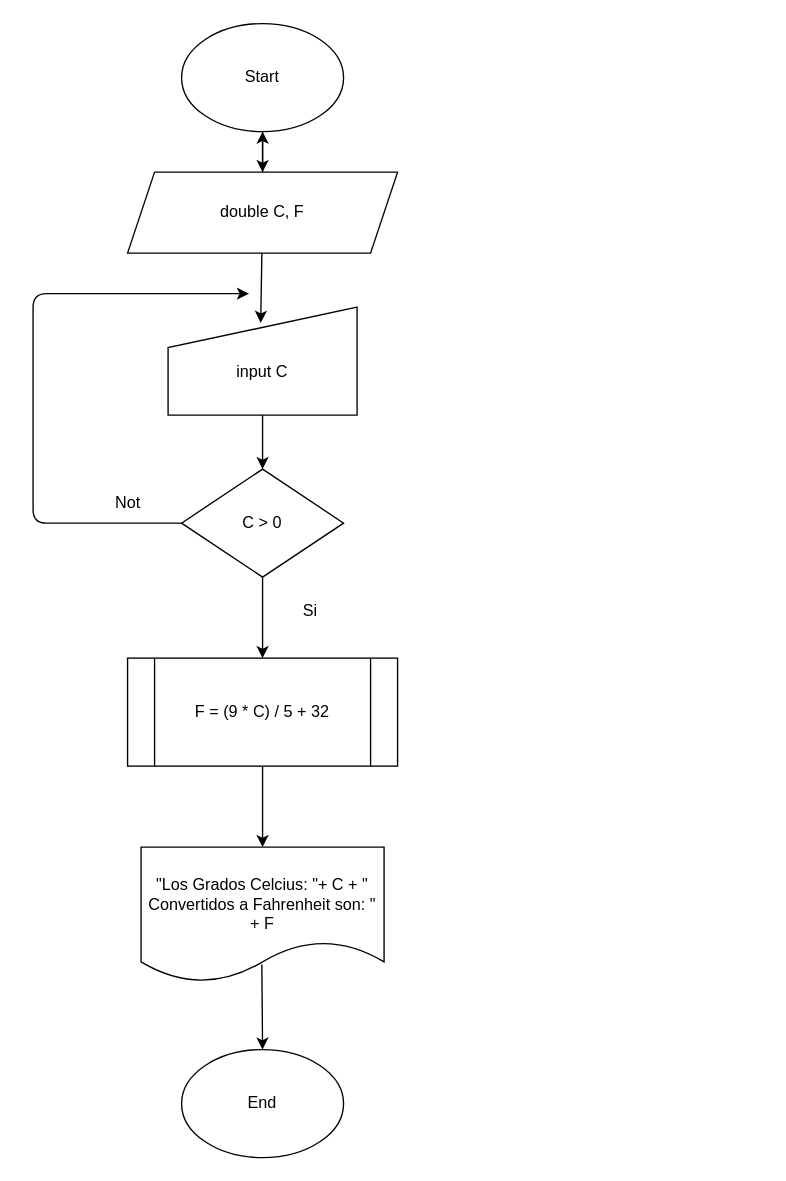
This is ConvertirGradosCelciusToFahrenheit.drawio from AnthonyLozadaAlexander/DiagramaDeFlujos, a draw.io file, before an edit. Source tidied: cells renumbered, new cells numbered last; positions are measured from the earlier drawing's top-left corner, leaving out a move shared by most shapes. Both pictures are drawn from the tidied source at 135%, with x=0, y=0 at pixel (32, 23).
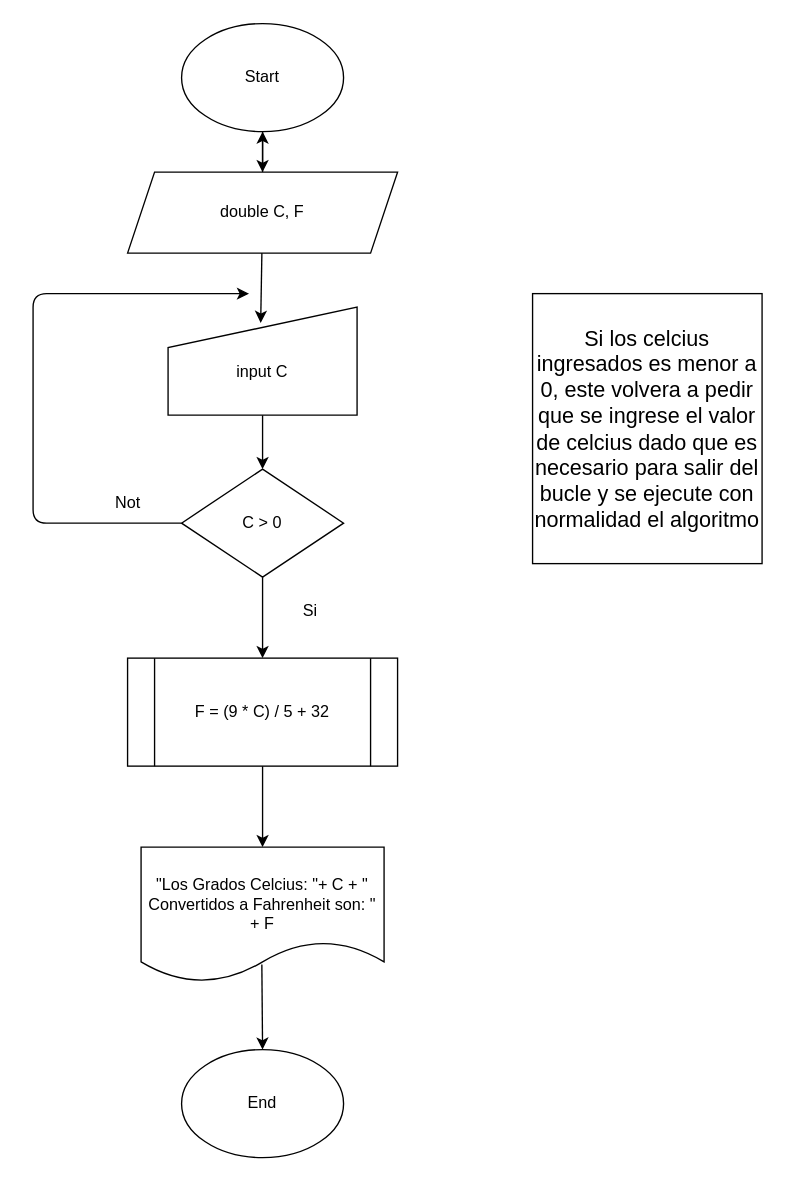
Above is the later version.

Commit message (it also covers changes not shown here):
Actualizar diagrama de flujo en ConvertirGradosCelciusToFahrenheit.drawio para incluir condición de entrada y agregar nuevo diagrama de flujo para CalcularSueldoNeto

Change to the diagram source:
```diff
@@
+    <mxCell id="19" value="Si los celcius ingresados es menor a 0, este volvera a pedir que se ingrese el valor de celcius dado que es necesario para salir del bucle y se ejecute con normalidad el algoritmo" style="whiteSpace=wrap;html=1;fontSize=16;" parent="1" vertex="1">
+      <mxGeometry x="370" y="200" width="170" height="200" as="geometry" />
+    </mxCell>
```
